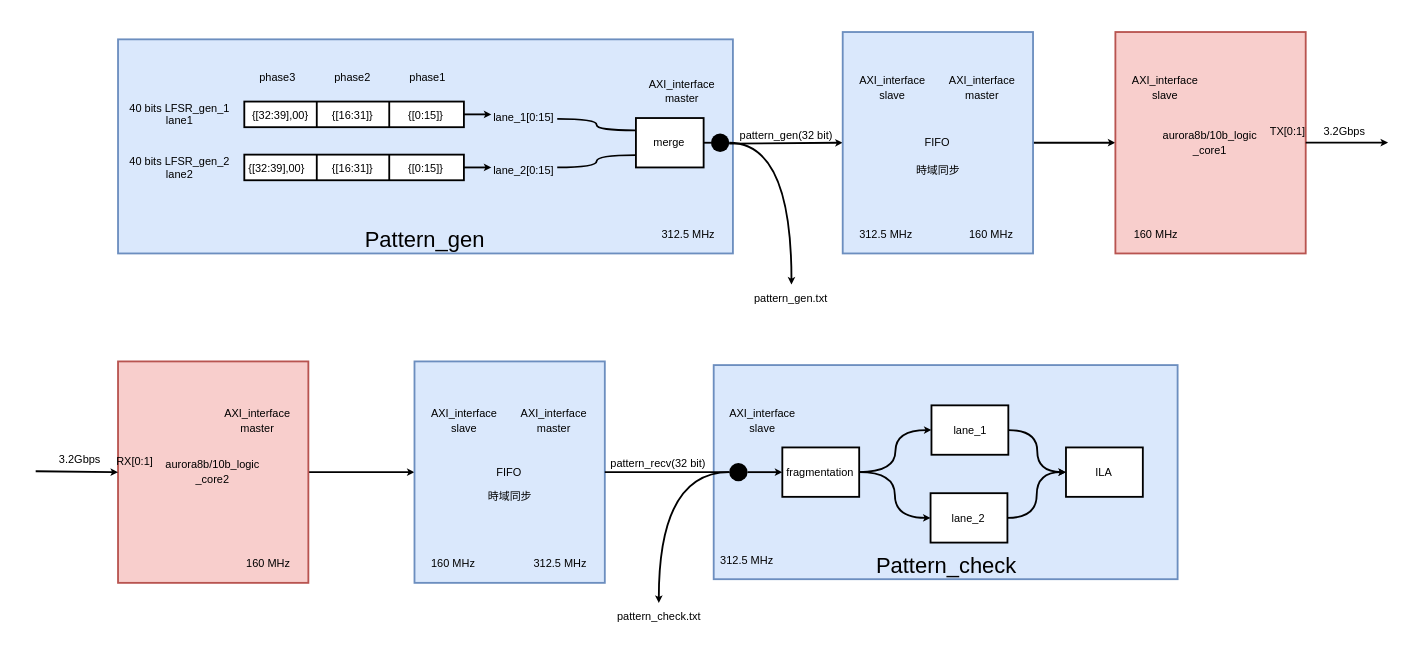
Before: page "Brd2 pattern_gen" (2 of 3) of chorma/aurora8b10b/aurora8b10b_simulation.drawio in YZchen3467/drawio, a draw.io diagram. Source tidied: cells renumbered, new cells numbered last; positions are measured from the earlier drawing's top-left corner, leaving out a move shared by most shapes. Both pictures are drawn from the tidied source at 183%, with x=0, y=0 at pixel (35, 31).
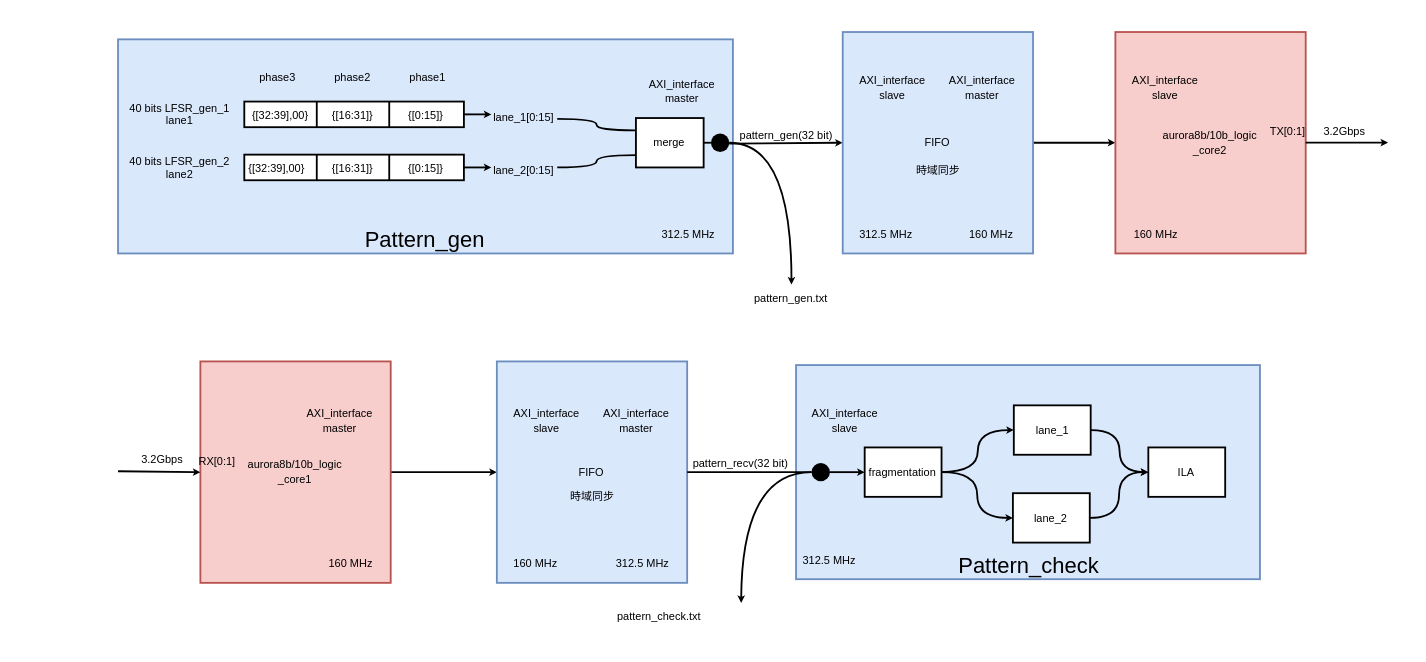
The same page after the edit.

Unchanged cells that the change refers to:
```xml
<mxCell id="65" value="pattern_check.txt" style="text;strokeColor=none;fillColor=none;align=center;verticalAlign=middle;whiteSpace=wrap;rounded=0;glass=0;fontSize=6;spacing=0;" parent="1" vertex="1">
  <mxGeometry x="310.5" y="312" width="60" height="15" as="geometry" />
</mxCell>
```

Diff of the diagram source:
```diff
@@
-    <mxCell id="34" value="aurora8b/10b_logic&lt;br&gt;_core1" style="rounded=0;whiteSpace=wrap;html=1;glass=0;fontSize=6;fillColor=#f8cecc;strokeColor=#b85450;" parent="1" vertex="1">
+    <mxCell id="34" value="aurora8b/10b_logic&lt;br&gt;_core2" style="rounded=0;whiteSpace=wrap;html=1;glass=0;fontSize=6;fillColor=#f8cecc;strokeColor=#b85450;" parent="1" vertex="1">
       <mxGeometry x="590" width="104" height="121" as="geometry" />
     </mxCell>
@@
     <mxCell id="41" value="&lt;p style=&quot;line-height: 0%;&quot;&gt;Pattern_check&lt;/p&gt;" style="rounded=0;whiteSpace=wrap;html=1;spacingTop=100;fillColor=#dae8fc;strokeColor=#6c8ebf;" parent="1" vertex="1">
-      <mxGeometry x="370.5" y="182" width="253.5" height="117" as="geometry" />
+      <mxGeometry x="415.5" y="182" width="253.5" height="117" as="geometry" />
     </mxCell>
@@
-    <mxCell id="43" value="aurora8b/10b_logic&lt;br&gt;_core2" style="rounded=0;whiteSpace=wrap;html=1;glass=0;fontSize=6;fillColor=#f8cecc;strokeColor=#b85450;" parent="1" vertex="1">
-      <mxGeometry x="45" y="180" width="104" height="121" as="geometry" />
+    <mxCell id="43" value="aurora8b/10b_logic&lt;br&gt;_core1" style="rounded=0;whiteSpace=wrap;html=1;glass=0;fontSize=6;fillColor=#f8cecc;strokeColor=#b85450;" parent="1" vertex="1">
+      <mxGeometry x="90" y="180" width="104" height="121" as="geometry" />
     </mxCell>
@@
     <mxCell id="45" value="FIFO" style="rounded=0;whiteSpace=wrap;html=1;glass=0;fontSize=6;fillColor=#dae8fc;strokeColor=#6c8ebf;" parent="1" vertex="1">
-      <mxGeometry x="207" y="180" width="104" height="121" as="geometry" />
+      <mxGeometry x="252" y="180" width="104" height="121" as="geometry" />
     </mxCell>
     <mxCell id="46" value="AXI_interface&lt;br&gt;slave" style="text;html=1;strokeColor=none;fillColor=none;align=center;verticalAlign=middle;whiteSpace=wrap;rounded=0;glass=0;fontSize=6;" parent="1" vertex="1">
-      <mxGeometry x="207" y="199" width="55" height="27" as="geometry" />
+      <mxGeometry x="252" y="199" width="55" height="27" as="geometry" />
     </mxCell>
     <mxCell id="47" value="AXI_interface&lt;br&gt;master" style="text;html=1;strokeColor=none;fillColor=none;align=center;verticalAlign=middle;whiteSpace=wrap;rounded=0;glass=0;fontSize=6;" parent="1" vertex="1">
-      <mxGeometry x="256" y="199" width="55" height="27" as="geometry" />
+      <mxGeometry x="301" y="199" width="55" height="27" as="geometry" />
     </mxCell>
     <mxCell id="48" value="時域同步" style="text;html=1;strokeColor=none;fillColor=none;align=center;verticalAlign=middle;whiteSpace=wrap;rounded=0;glass=0;fontSize=6;" parent="1" vertex="1">
-      <mxGeometry x="237.5" y="244" width="43" height="20" as="geometry" />
+      <mxGeometry x="282.5" y="244" width="43" height="20" as="geometry" />
     </mxCell>
     <mxCell id="49" value="312.5 MHz" style="text;html=1;strokeColor=none;fillColor=none;align=center;verticalAlign=middle;whiteSpace=wrap;rounded=0;glass=0;fontSize=6;" parent="1" vertex="1">
-      <mxGeometry x="263" y="281" width="48" height="20" as="geometry" />
+      <mxGeometry x="308" y="281" width="48" height="20" as="geometry" />
     </mxCell>
     <mxCell id="50" value="160 MHz" style="text;html=1;strokeColor=none;fillColor=none;align=center;verticalAlign=middle;whiteSpace=wrap;rounded=0;glass=0;fontSize=6;" parent="1" vertex="1">
-      <mxGeometry x="207" y="281" width="43" height="20" as="geometry" />
+      <mxGeometry x="252" y="281" width="43" height="20" as="geometry" />
     </mxCell>
     <mxCell id="51" value="160 MHz" style="text;html=1;strokeColor=none;fillColor=none;align=center;verticalAlign=middle;whiteSpace=wrap;rounded=0;glass=0;fontSize=6;" parent="1" vertex="1">
-      <mxGeometry x="106" y="281" width="43" height="20" as="geometry" />
+      <mxGeometry x="151" y="281" width="43" height="20" as="geometry" />
     </mxCell>
     <mxCell id="52" value="AXI_interface&lt;br&gt;master" style="text;html=1;strokeColor=none;fillColor=none;align=center;verticalAlign=middle;whiteSpace=wrap;rounded=0;glass=0;fontSize=6;" parent="1" vertex="1">
-      <mxGeometry x="94" y="199" width="55" height="27" as="geometry" />
+      <mxGeometry x="139" y="199" width="55" height="27" as="geometry" />
     </mxCell>
     <mxCell id="53" value="&lt;span style=&quot;font-size: 6px;&quot;&gt;pattern_recv(32 bit)&lt;/span&gt;" style="text;strokeColor=none;fillColor=none;align=center;verticalAlign=middle;rounded=0;whiteSpace=wrap;html=1;flipV=1;flipH=0;" parent="1" vertex="1">
-      <mxGeometry x="311" y="229" width="59" height="10" as="geometry" />
+      <mxGeometry x="356" y="229" width="59" height="10" as="geometry" />
     </mxCell>
     <mxCell id="54" value="312.5 MHz" style="text;html=1;strokeColor=none;fillColor=none;align=center;verticalAlign=middle;whiteSpace=wrap;rounded=0;glass=0;fontSize=6;" parent="1" vertex="1">
-      <mxGeometry x="365" y="279" width="48" height="20" as="geometry" />
+      <mxGeometry x="410" y="279" width="48" height="20" as="geometry" />
     </mxCell>
@@
     <mxCell id="57" value="fragmentation" style="rounded=0;whiteSpace=wrap;html=1;glass=0;fontSize=6;" parent="1" vertex="1">
-      <mxGeometry x="408" y="227" width="42" height="27" as="geometry" />
+      <mxGeometry x="453" y="227" width="42" height="27" as="geometry" />
     </mxCell>
@@
     <mxCell id="59" value="lane_1" style="rounded=0;whiteSpace=wrap;html=1;glass=0;fontSize=6;flipH=1;flipV=1;" parent="1" vertex="1">
-      <mxGeometry x="489.5" y="204" width="42" height="27" as="geometry" />
+      <mxGeometry x="534.5" y="204" width="42" height="27" as="geometry" />
     </mxCell>
@@
     <mxCell id="61" value="lane_2" style="rounded=0;whiteSpace=wrap;html=1;glass=0;fontSize=6;flipH=1;flipV=1;" parent="1" vertex="1">
-      <mxGeometry x="489" y="252" width="42" height="27" as="geometry" />
+      <mxGeometry x="534" y="252" width="42" height="27" as="geometry" />
     </mxCell>
@@
-    <mxCell id="63" style="edgeStyle=orthogonalEdgeStyle;curved=1;html=1;entryX=0.5;entryY=0;entryDx=0;entryDy=0;fontSize=6;startArrow=none;startFill=0;endArrow=classic;endFill=1;endSize=1;" parent="1" edge="1" source="64" target="65">
-      <mxGeometry relative="1" as="geometry" />
+    <mxCell id="63" style="edgeStyle=orthogonalEdgeStyle;curved=1;html=1;entryX=0.5;entryY=0;entryDx=0;entryDy=0;fontSize=6;startArrow=none;startFill=0;endArrow=classic;endFill=1;endSize=1;" parent="1" edge="1" source="64">
+      <mxGeometry relative="1" as="geometry">
+        <mxPoint x="385.5" y="312" as="targetPoint" />
+      </mxGeometry>
     </mxCell>
     <mxCell id="64" style="ellipse;whiteSpace=wrap;html=1;glass=0;strokeColor=none;fontSize=6;gradientColor=none;fillColor=#000000;" parent="1" vertex="1">
-      <mxGeometry x="379" y="235.5" width="10" height="10" as="geometry" />
+      <mxGeometry x="424" y="235.5" width="10" height="10" as="geometry" />
     </mxCell>
@@
     <mxCell id="70" value="AXI_interface&lt;br&gt;slave" style="text;html=1;strokeColor=none;fillColor=none;align=center;verticalAlign=middle;whiteSpace=wrap;rounded=0;glass=0;fontSize=6;" parent="1" vertex="1">
-      <mxGeometry x="370" y="199" width="55" height="27" as="geometry" />
+      <mxGeometry x="415" y="199" width="55" height="27" as="geometry" />
     </mxCell>
@@
     <mxCell id="73" style="edgeStyle=none;html=1;entryX=0;entryY=0.5;entryDx=0;entryDy=0;fontSize=6;endArrow=classic;endFill=1;endSize=1;" parent="1" edge="1" target="43">
       <mxGeometry relative="1" as="geometry">
-        <mxPoint y="240" as="sourcePoint" />
+        <mxPoint x="45" y="240" as="sourcePoint" />
       </mxGeometry>
     </mxCell>
     <mxCell id="74" value="RX[0:1]" style="text;html=1;strokeColor=none;fillColor=none;align=center;verticalAlign=middle;whiteSpace=wrap;rounded=0;glass=0;fontSize=6;spacing=0;" parent="1" vertex="1">
-      <mxGeometry x="45" y="227" width="19" height="15" as="geometry" />
+      <mxGeometry x="90" y="227" width="19" height="15" as="geometry" />
     </mxCell>
     <mxCell id="75" value="ILA" style="rounded=0;whiteSpace=wrap;html=1;glass=0;fontSize=6;flipH=1;flipV=1;" parent="1" vertex="1">
-      <mxGeometry x="563" y="227" width="42" height="27" as="geometry" />
+      <mxGeometry x="608" y="227" width="42" height="27" as="geometry" />
     </mxCell>
@@
     <mxCell id="79" value="3.2Gbps" style="text;html=1;strokeColor=none;fillColor=none;align=center;verticalAlign=middle;whiteSpace=wrap;rounded=0;glass=0;fontSize=6;spacing=0;" parent="1" vertex="1">
-      <mxGeometry x="15" y="226.5" width="19" height="15" as="geometry" />
+      <mxGeometry x="60" y="226.5" width="19" height="15" as="geometry" />
     </mxCell>
```
